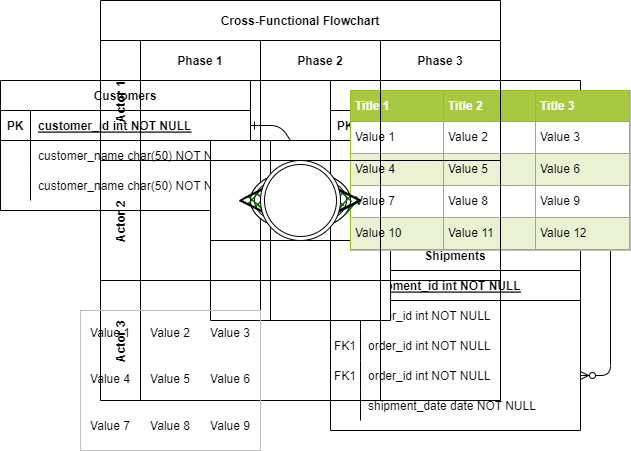
shenyuedong/chapter1 keeps this draw.io diagram as test Diagram.drawio.png. Above is the earlier version. Source tidied: cells renumbered, new cells last; positions are measured from the earlier drawing's top-left corner, leaving out a move shared by most shapes.
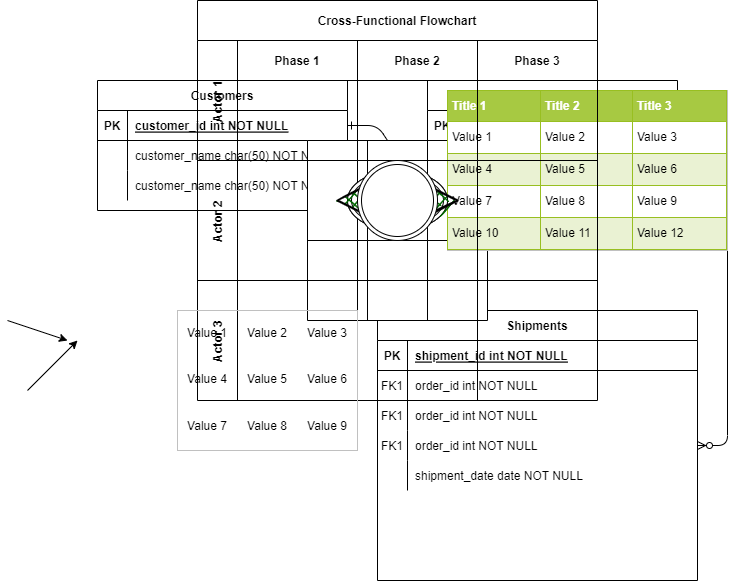
The same file after the commit.

What changed in the source:
```diff
@@ -39,52 +39,52 @@
       <mxGeometry x="30" width="220" height="30" as="geometry" />
     </mxCell>
     <mxCell id="14" value="Shipments" style="shape=table;startSize=30;rowLines=0;fontStyle=1;align=center;" parent="1" vertex="1">
-      <mxGeometry x="330" y="240" width="250" height="190" as="geometry" />
+      <mxGeometry x="280" y="310" width="320" height="270" as="geometry" />
     </mxCell>
     <mxCell id="15" style="shape=partialRectangle;fillColor=none;top=0;left=0;right=0;bottom=1;" parent="14" vertex="1">
-      <mxGeometry y="30" width="250" height="30" as="geometry" />
+      <mxGeometry y="30" width="320" height="30" as="geometry" />
     </mxCell>
     <mxCell id="16" value="PK" style="shape=partialRectangle;overflow=hidden;fillColor=none;top=0;left=0;bottom=0;right=0;fontStyle=1;" parent="15" vertex="1">
       <mxGeometry width="30" height="30" as="geometry" />
     </mxCell>
     <mxCell id="17" value="shipment_id int NOT NULL " style="shape=partialRectangle;overflow=hidden;fillColor=none;top=0;left=0;bottom=0;right=0;align=left;spacingLeft=6;fontStyle=5;" parent="15" vertex="1">
-      <mxGeometry x="30" width="220" height="30" as="geometry" />
+      <mxGeometry x="30" width="290" height="30" as="geometry" />
     </mxCell>
     <mxCell id="18" style="shape=partialRectangle;fillColor=none;top=0;left=0;right=0;bottom=0;" parent="14" vertex="1">
-      <mxGeometry y="60" width="250" height="30" as="geometry" />
+      <mxGeometry y="60" width="320" height="30" as="geometry" />
     </mxCell>
     <mxCell id="19" value="FK1" style="shape=partialRectangle;overflow=hidden;fillColor=none;top=0;left=0;bottom=0;right=0;" parent="18" vertex="1">
       <mxGeometry width="30" height="30" as="geometry" />
     </mxCell>
     <mxCell id="20" value="order_id int NOT NULL" style="shape=partialRectangle;overflow=hidden;fillColor=none;top=0;left=0;bottom=0;right=0;align=left;spacingLeft=6;" parent="18" vertex="1">
-      <mxGeometry x="30" width="220" height="30" as="geometry" />
+      <mxGeometry x="30" width="290" height="30" as="geometry" />
     </mxCell>
     <mxCell id="21" style="shape=partialRectangle;fillColor=none;top=0;left=0;right=0;bottom=0;" parent="14" vertex="1">
-      <mxGeometry y="90" width="250" height="30" as="geometry" />
+      <mxGeometry y="90" width="320" height="30" as="geometry" />
     </mxCell>
     <mxCell id="22" value="FK1" style="shape=partialRectangle;overflow=hidden;fillColor=none;top=0;left=0;bottom=0;right=0;" parent="21" vertex="1">
       <mxGeometry width="30" height="30" as="geometry" />
     </mxCell>
     <mxCell id="23" value="order_id int NOT NULL" style="shape=partialRectangle;overflow=hidden;fillColor=none;top=0;left=0;bottom=0;right=0;align=left;spacingLeft=6;" parent="21" vertex="1">
-      <mxGeometry x="30" width="220" height="30" as="geometry" />
+      <mxGeometry x="30" width="290" height="30" as="geometry" />
     </mxCell>
     <mxCell id="24" style="shape=partialRectangle;fillColor=none;points=[[0,0.5],[1,0.5]];portConstraint=eastwest;top=0;left=0;right=0;bottom=0;" parent="14" vertex="1">
-      <mxGeometry y="120" width="250" height="30" as="geometry" />
+      <mxGeometry y="120" width="320" height="30" as="geometry" />
     </mxCell>
     <mxCell id="25" value="FK1" style="shape=partialRectangle;overflow=hidden;fillColor=none;top=0;left=0;bottom=0;right=0;" parent="24" vertex="1">
       <mxGeometry width="30" height="30" as="geometry" />
     </mxCell>
     <mxCell id="26" value="order_id int NOT NULL" style="shape=partialRectangle;overflow=hidden;fillColor=none;top=0;left=0;bottom=0;right=0;align=left;spacingLeft=6;" parent="24" vertex="1">
-      <mxGeometry x="30" width="220" height="30" as="geometry" />
+      <mxGeometry x="30" width="290" height="30" as="geometry" />
     </mxCell>
     <mxCell id="27" style="shape=partialRectangle;fillColor=none;top=0;left=0;right=0;bottom=0;" parent="14" vertex="1">
-      <mxGeometry y="150" width="250" height="30" as="geometry" />
+      <mxGeometry y="150" width="320" height="30" as="geometry" />
     </mxCell>
     <mxCell id="28" style="shape=partialRectangle;overflow=hidden;fillColor=none;top=0;left=0;bottom=0;right=0;" parent="27" vertex="1">
       <mxGeometry width="30" height="30" as="geometry" />
     </mxCell>
     <mxCell id="29" value="shipment_date date NOT NULL" style="shape=partialRectangle;overflow=hidden;fillColor=none;top=0;left=0;bottom=0;right=0;align=left;spacingLeft=6;" parent="27" vertex="1">
-      <mxGeometry x="30" width="220" height="30" as="geometry" />
+      <mxGeometry x="30" width="290" height="30" as="geometry" />
     </mxCell>
     <mxCell id="30" value="Customers" style="shape=table;startSize=30;rowLines=0;fontStyle=1;align=center;" parent="1" vertex="1">
       <mxGeometry y="80" width="250" height="130" as="geometry" />
@@ -218,5 +218,17 @@
     <mxCell id="73" style="ellipse;shape=doubleEllipse;whiteSpace=wrap;html=1;" parent="1" vertex="1">
       <mxGeometry x="260" y="160" width="80" height="80" as="geometry" />
     </mxCell>
+    <mxCell id="74" style="endArrow=classic;html=1;rounded=0;" parent="1" edge="1">
+      <mxGeometry relative="1" as="geometry">
+        <mxPoint x="-90" y="320" as="sourcePoint" />
+        <mxPoint x="-30" y="340" as="targetPoint" />
+      </mxGeometry>
+    </mxCell>
+    <mxCell id="75" style="endArrow=classic;html=1;rounded=0;" parent="1" edge="1">
+      <mxGeometry relative="1" as="geometry">
+        <mxPoint x="-70" y="390" as="sourcePoint" />
+        <mxPoint x="-20" y="340" as="targetPoint" />
+      </mxGeometry>
+    </mxCell>
   </root>
 </mxGraphModel>
```
